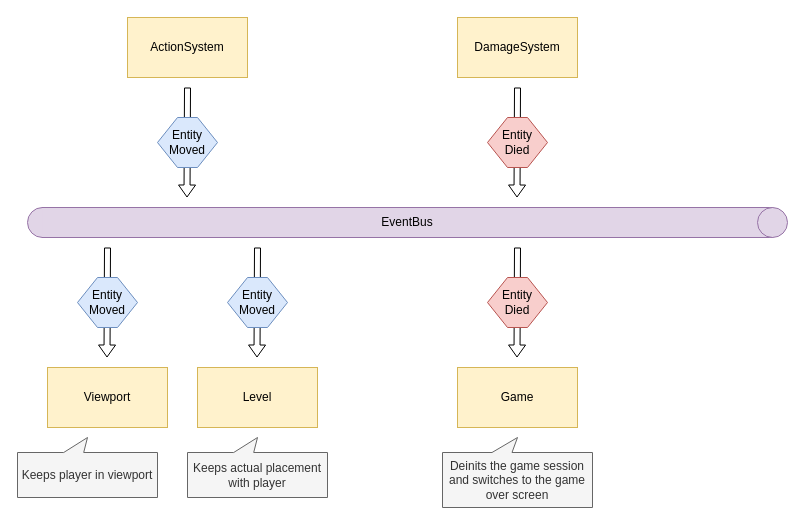
The draw.io diagram page "Events" (2 of 3) of docs/schemas.drawio in vladimir-popov/forgotten_catacombs, before the edit. Source tidied: cells renumbered, new cells numbered last; positions are measured from the earlier drawing's top-left corner, leaving out a move shared by most shapes. Both pictures are drawn from the tidied source at 100%, with x=0, y=0 at pixel (17, 17).
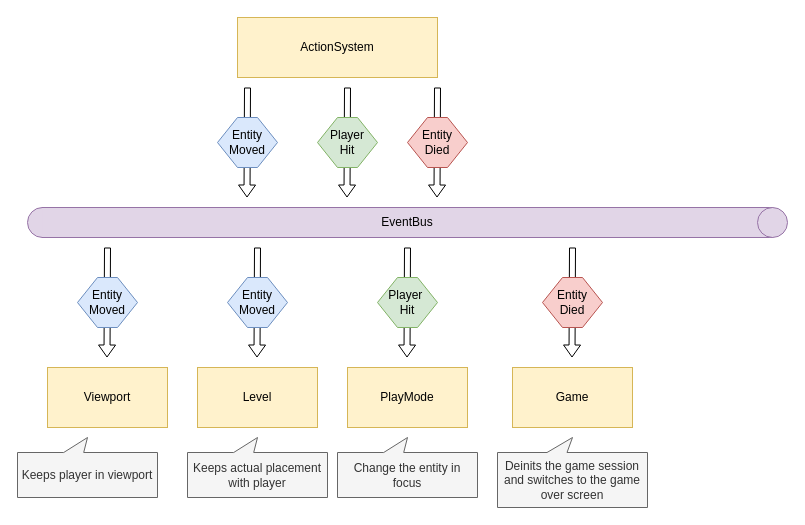
The same page after the edit.

Diff of the diagram source:
```diff
@@
     <mxCell id="6" value="ActionSystem" style="rounded=0;whiteSpace=wrap;html=1;fillColor=#fff2cc;strokeColor=#d6b656;" parent="1" vertex="1">
-      <mxGeometry x="110" width="120" height="60" as="geometry" />
+      <mxGeometry x="220" width="200" height="60" as="geometry" />
     </mxCell>
@@
-    <mxCell id="9" value="DamageSystem" style="rounded=0;whiteSpace=wrap;html=1;fillColor=#fff2cc;strokeColor=#d6b656;" parent="1" vertex="1">
-      <mxGeometry x="440" width="120" height="60" as="geometry" />
-    </mxCell>
-    <mxCell id="10" style="shape=flexArrow;endArrow=classic;html=1;rounded=0;endWidth=10;endSize=3.665;width=6;" parent="1" edge="1">
-      <mxGeometry relative="1" as="geometry">
-        <mxPoint x="500" y="70" as="sourcePoint" />
-        <mxPoint x="499.5" y="180" as="targetPoint" />
-      </mxGeometry>
-    </mxCell>
     <mxCell id="11" value="Game" style="rounded=0;whiteSpace=wrap;html=1;fillColor=#fff2cc;strokeColor=#d6b656;" parent="1" vertex="1">
-      <mxGeometry x="440" y="350" width="120" height="60" as="geometry" />
+      <mxGeometry x="495" y="350" width="120" height="60" as="geometry" />
     </mxCell>
-    <mxCell id="12" value="Entity Died" style="shape=hexagon;perimeter=hexagonPerimeter2;whiteSpace=wrap;html=1;fixedSize=1;fillColor=#f8cecc;strokeColor=#b85450;" parent="1" vertex="1">
-      <mxGeometry x="470" y="100" width="60" height="50" as="geometry" />
-    </mxCell>
     <mxCell id="13" style="shape=flexArrow;endArrow=classic;html=1;rounded=0;endWidth=10;endSize=3.665;width=6;" parent="1" edge="1">
       <mxGeometry relative="1" as="geometry">
-        <mxPoint x="500" y="230" as="sourcePoint" />
-        <mxPoint x="499.5" y="340" as="targetPoint" />
+        <mxPoint x="555" y="230" as="sourcePoint" />
+        <mxPoint x="554.5" y="340" as="targetPoint" />
       </mxGeometry>
     </mxCell>
     <mxCell id="14" value="Entity Died" style="shape=hexagon;perimeter=hexagonPerimeter2;whiteSpace=wrap;html=1;fixedSize=1;fillColor=#f8cecc;strokeColor=#b85450;" parent="1" vertex="1">
-      <mxGeometry x="470" y="260" width="60" height="50" as="geometry" />
+      <mxGeometry x="525" y="260" width="60" height="50" as="geometry" />
     </mxCell>
-    <mxCell id="15" style="shape=flexArrow;endArrow=classic;html=1;rounded=0;endWidth=10;endSize=3.665;width=6;" parent="1" edge="1">
-      <mxGeometry relative="1" as="geometry">
-        <mxPoint x="170" y="70" as="sourcePoint" />
-        <mxPoint x="169.5" y="180" as="targetPoint" />
-      </mxGeometry>
-    </mxCell>
-    <mxCell id="16" value="Entity Moved" style="shape=hexagon;perimeter=hexagonPerimeter2;whiteSpace=wrap;html=1;fixedSize=1;fillColor=#dae8fc;strokeColor=#6c8ebf;" parent="1" vertex="1">
-      <mxGeometry x="140" y="100" width="60" height="50" as="geometry" />
-    </mxCell>
@@
     <mxCell id="23" value="Deinits the game session and switches to the game over screen" style="shape=callout;whiteSpace=wrap;html=1;perimeter=calloutPerimeter;flipV=1;size=15;position=0.33;fillColor=#f5f5f5;fontColor=#333333;strokeColor=#666666;" parent="1" vertex="1">
-      <mxGeometry x="425" y="420" width="150" height="70" as="geometry" />
+      <mxGeometry x="480" y="420" width="150" height="70" as="geometry" />
     </mxCell>
+    <mxCell id="24" style="group;" parent="1" vertex="1">
+      <mxGeometry x="200" y="70" width="60" height="110" as="geometry" />
+    </mxCell>
+    <mxCell id="15" style="shape=flexArrow;endArrow=classic;html=1;rounded=0;endWidth=10;endSize=3.665;width=6;" parent="24" edge="1">
+      <mxGeometry relative="1" as="geometry">
+        <mxPoint x="30" as="sourcePoint" />
+        <mxPoint x="29.5" y="110" as="targetPoint" />
+      </mxGeometry>
+    </mxCell>
+    <mxCell id="16" value="Entity Moved" style="shape=hexagon;perimeter=hexagonPerimeter2;whiteSpace=wrap;html=1;fixedSize=1;fillColor=#dae8fc;strokeColor=#6c8ebf;" parent="24" vertex="1">
+      <mxGeometry y="30" width="60" height="50" as="geometry" />
+    </mxCell>
+    <mxCell id="25" style="group;" parent="1" vertex="1">
+      <mxGeometry x="390" y="70" width="60" height="110" as="geometry" />
+    </mxCell>
+    <mxCell id="10" style="shape=flexArrow;endArrow=classic;html=1;rounded=0;endWidth=10;endSize=3.665;width=6;" parent="25" edge="1">
+      <mxGeometry relative="1" as="geometry">
+        <mxPoint x="30" as="sourcePoint" />
+        <mxPoint x="29.5" y="110" as="targetPoint" />
+      </mxGeometry>
+    </mxCell>
+    <mxCell id="12" value="Entity Died" style="shape=hexagon;perimeter=hexagonPerimeter2;whiteSpace=wrap;html=1;fixedSize=1;fillColor=#f8cecc;strokeColor=#b85450;" parent="25" vertex="1">
+      <mxGeometry y="30" width="60" height="50" as="geometry" />
+    </mxCell>
+    <mxCell id="26" style="group;" parent="1" vertex="1">
+      <mxGeometry x="300" y="70" width="60" height="110" as="geometry" />
+    </mxCell>
+    <mxCell id="27" style="shape=flexArrow;endArrow=classic;html=1;rounded=0;endWidth=10;endSize=3.665;width=6;" parent="26" edge="1">
+      <mxGeometry relative="1" as="geometry">
+        <mxPoint x="30" as="sourcePoint" />
+        <mxPoint x="29.5" y="110" as="targetPoint" />
+      </mxGeometry>
+    </mxCell>
+    <mxCell id="28" value="Player&lt;div&gt;Hit&lt;/div&gt;" style="shape=hexagon;perimeter=hexagonPerimeter2;whiteSpace=wrap;html=1;fixedSize=1;fillColor=#d5e8d4;strokeColor=#82b366;" parent="26" vertex="1">
+      <mxGeometry y="30" width="60" height="50" as="geometry" />
+    </mxCell>
+    <mxCell id="29" value="PlayMode" style="rounded=0;whiteSpace=wrap;html=1;fillColor=#fff2cc;strokeColor=#d6b656;" parent="1" vertex="1">
+      <mxGeometry x="330" y="350" width="120" height="60" as="geometry" />
+    </mxCell>
+    <mxCell id="30" style="shape=flexArrow;endArrow=classic;html=1;rounded=0;endWidth=10;endSize=3.665;width=6;" parent="1" edge="1">
+      <mxGeometry relative="1" as="geometry">
+        <mxPoint x="390" y="230" as="sourcePoint" />
+        <mxPoint x="389.5" y="340" as="targetPoint" />
+      </mxGeometry>
+    </mxCell>
+    <mxCell id="31" value="Player&amp;nbsp;&lt;div&gt;Hit&lt;/div&gt;" style="shape=hexagon;perimeter=hexagonPerimeter2;whiteSpace=wrap;html=1;fixedSize=1;fillColor=#d5e8d4;strokeColor=#82b366;" parent="1" vertex="1">
+      <mxGeometry x="360" y="260" width="60" height="50" as="geometry" />
+    </mxCell>
+    <mxCell id="32" value="Change the entity in focus" style="shape=callout;whiteSpace=wrap;html=1;perimeter=calloutPerimeter;flipV=1;size=15;position=0.33;fillColor=#f5f5f5;fontColor=#333333;strokeColor=#666666;" parent="1" vertex="1">
+      <mxGeometry x="320" y="420" width="140" height="60" as="geometry" />
+    </mxCell>
```
